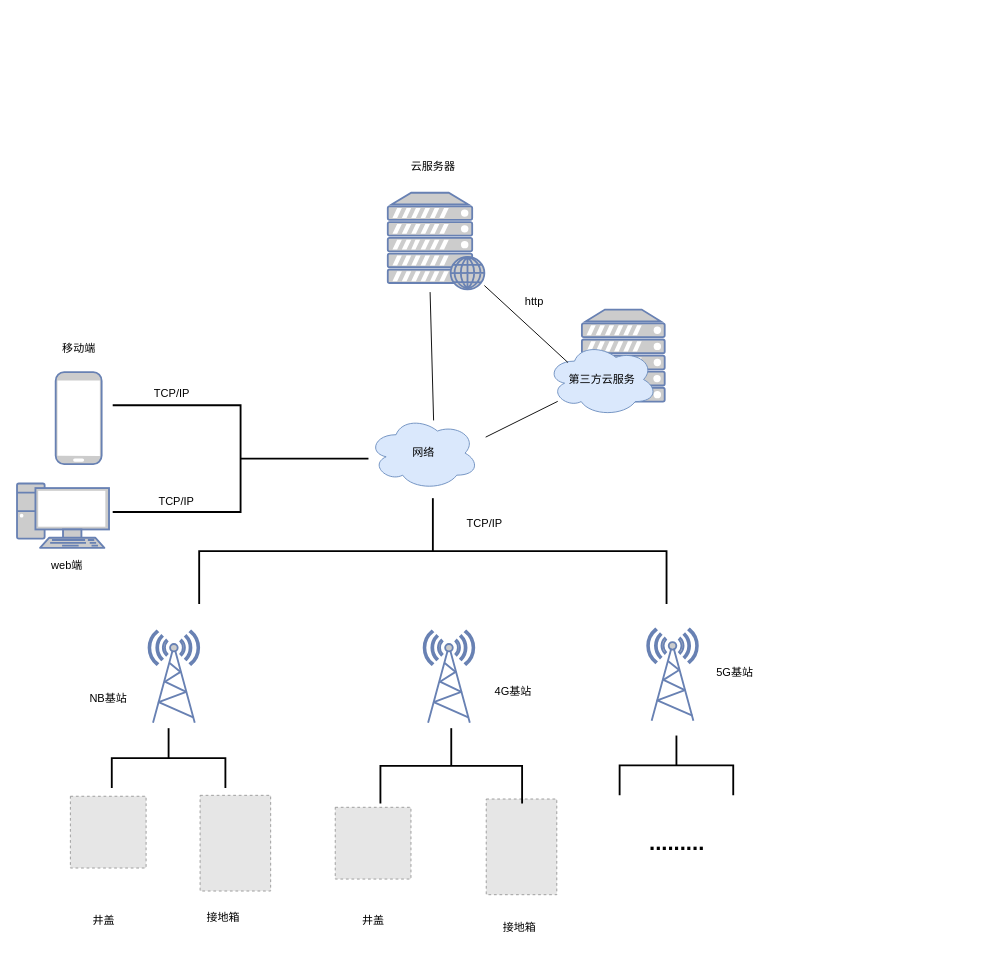
Above: page "拓扑图" (2 of 4) of 模块.drawio in viking-wj/software (draw.io), before the change. Source tidied: cells renumbered, new cells numbered last; positions are measured from the earlier drawing's top-left corner, leaving out a move shared by most shapes. Both pictures are drawn from the tidied source at 92%, with x=0, y=0 at pixel (17, 155). Pictures stored in the file or linked from it are replaced by grey dashed boxes.
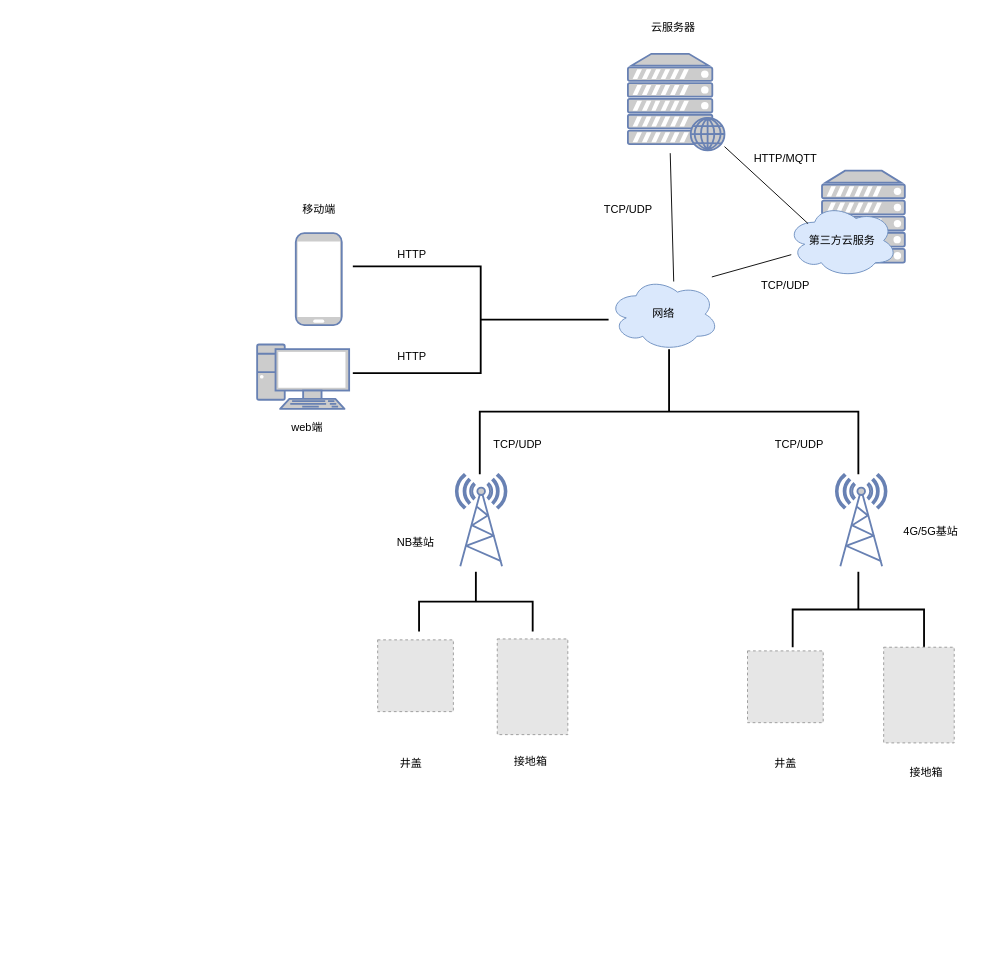
The same diagram, later.

The edit, as a diff of the source:
```diff
@@
+    <mxCell id="29" style="strokeWidth=2;html=1;shape=mxgraph.flowchart.annotation_2;align=left;labelPosition=right;direction=south;" parent="1" vertex="1">
+      <mxGeometry x="503" y="211" width="411.5" height="136" as="geometry" />
+    </mxCell>
     <mxCell id="2" style="fillColor=#E6E6E6;strokeColor=#999999;dashed=1;verticalLabelPosition=bottom;labelBackgroundColor=default;verticalAlign=top;" parent="1" vertex="1">
-      <mxGeometry x="58" y="697" width="82.3" height="78" as="geometry" />
+      <mxGeometry x="392" y="527" width="82.3" height="78" as="geometry" />
     </mxCell>
     <mxCell id="3" style="fillColor=#E6E6E6;strokeColor=#999999;dashed=1;verticalLabelPosition=bottom;labelBackgroundColor=default;verticalAlign=top;" parent="1" vertex="1">
-      <mxGeometry x="199" y="696" width="76.7" height="104" as="geometry" />
+      <mxGeometry x="522" y="526" width="76.7" height="104" as="geometry" />
     </mxCell>
     <mxCell id="4" style="fillColor=#E6E6E6;strokeColor=#999999;dashed=1;verticalLabelPosition=bottom;labelBackgroundColor=default;verticalAlign=top;" parent="1" vertex="1">
-      <mxGeometry x="345.9" y="709" width="82.3" height="78" as="geometry" />
+      <mxGeometry x="794" y="539" width="82.3" height="78" as="geometry" />
     </mxCell>
-    <mxCell id="5" style="fillColor=#E6E6E6;strokeColor=#999999;dashed=1;verticalLabelPosition=bottom;labelBackgroundColor=default;verticalAlign=top;" parent="1" vertex="1">
-      <mxGeometry x="510" y="700" width="76.7" height="104" as="geometry" />
-    </mxCell>
     <mxCell id="6" value="网络" style="ellipse;shape=cloud;whiteSpace=wrap;html=1;fillColor=#dae8fc;strokeColor=#6c8ebf;" parent="1" vertex="1">
-      <mxGeometry x="382" y="284" width="120" height="80" as="geometry" />
+      <mxGeometry x="643" y="133" width="120" height="80" as="geometry" />
     </mxCell>
     <mxCell id="7" style="fontColor=#0066CC;verticalAlign=top;verticalLabelPosition=bottom;labelPosition=center;align=center;html=1;outlineConnect=0;fillColor=#CCCCCC;strokeColor=#6881B3;gradientColor=none;gradientDirection=north;strokeWidth=2;shape=mxgraph.networks.web_server;" parent="1" vertex="1">
-      <mxGeometry x="403" y="41" width="105" height="105" as="geometry" />
+      <mxGeometry x="664" y="-110" width="105" height="105" as="geometry" />
     </mxCell>
     <mxCell id="8" style="fontColor=#0066CC;verticalAlign=top;verticalLabelPosition=bottom;labelPosition=center;align=center;html=1;fillColor=#CCCCCC;strokeColor=#6881B3;gradientColor=none;gradientDirection=north;strokeWidth=2;shape=mxgraph.networks.pc;" parent="1" vertex="1">
-      <mxGeometry y="357" width="100" height="70" as="geometry" />
+      <mxGeometry x="261" y="206" width="100" height="70" as="geometry" />
     </mxCell>
     <mxCell id="9" style="fontColor=#0066CC;verticalAlign=top;verticalLabelPosition=bottom;labelPosition=center;align=center;html=1;fillColor=#CCCCCC;strokeColor=#6881B3;gradientColor=none;gradientDirection=north;strokeWidth=2;shape=mxgraph.networks.mobile;" parent="1" vertex="1">
-      <mxGeometry x="42" y="236" width="50" height="100" as="geometry" />
+      <mxGeometry x="303" y="85" width="50" height="100" as="geometry" />
     </mxCell>
     <mxCell id="10" value="NB基站" style="text;html=1;align=center;verticalAlign=middle;strokeColor=none;fillColor=none;" parent="1" vertex="1">
-      <mxGeometry x="69.7" y="578" width="59" height="26" as="geometry" />
+      <mxGeometry x="403.6" y="408" width="59" height="26" as="geometry" />
     </mxCell>
-    <mxCell id="11" value="4G基站" style="text;html=1;align=center;verticalAlign=middle;strokeColor=none;fillColor=none;" parent="1" vertex="1">
-      <mxGeometry x="510" y="570" width="58" height="26" as="geometry" />
+    <mxCell id="11" value="4G/5G基站" style="text;html=1;align=center;verticalAlign=middle;strokeColor=none;fillColor=none;" parent="1" vertex="1">
+      <mxGeometry x="954" y="397" width="77" height="26" as="geometry" />
     </mxCell>
     <mxCell id="12" value="井盖" style="text;html=1;align=center;verticalAlign=middle;strokeColor=none;fillColor=none;" parent="1" vertex="1">
-      <mxGeometry x="73" y="819" width="42" height="26" as="geometry" />
+      <mxGeometry x="407" y="649" width="42" height="26" as="geometry" />
     </mxCell>
     <mxCell id="13" value="接地箱" style="text;html=1;align=center;verticalAlign=middle;strokeColor=none;fillColor=none;" parent="1" vertex="1">
-      <mxGeometry x="197" y="816" width="54" height="26" as="geometry" />
+      <mxGeometry x="531" y="646" width="54" height="26" as="geometry" />
     </mxCell>
     <mxCell id="14" value="井盖" style="text;html=1;align=center;verticalAlign=middle;strokeColor=none;fillColor=none;" parent="1" vertex="1">
-      <mxGeometry x="366" y="819" width="42" height="26" as="geometry" />
+      <mxGeometry x="814.1" y="649" width="42" height="26" as="geometry" />
     </mxCell>
     <mxCell id="15" value="接地箱" style="text;html=1;align=center;verticalAlign=middle;strokeColor=none;fillColor=none;" parent="1" vertex="1">
-      <mxGeometry x="519" y="827" width="54" height="26" as="geometry" />
+      <mxGeometry x="960.6" y="658" width="54" height="26" as="geometry" />
     </mxCell>
     <mxCell id="16" value="云服务器" style="text;html=1;align=center;verticalAlign=middle;strokeColor=none;fillColor=none;" parent="1" vertex="1">
-      <mxGeometry x="419" width="66" height="26" as="geometry" />
+      <mxGeometry x="680" y="-151" width="66" height="26" as="geometry" />
     </mxCell>
     <mxCell id="17" value="web端" style="text;html=1;align=center;verticalAlign=middle;strokeColor=none;fillColor=none;" parent="1" vertex="1">
-      <mxGeometry x="28" y="434" width="52" height="26" as="geometry" />
+      <mxGeometry x="289" y="283" width="52" height="26" as="geometry" />
     </mxCell>
     <mxCell id="18" value="移动端" style="text;html=1;align=center;verticalAlign=middle;strokeColor=none;fillColor=none;" parent="1" vertex="1">
-      <mxGeometry x="40" y="198" width="54" height="26" as="geometry" />
+      <mxGeometry x="301" y="47" width="54" height="26" as="geometry" />
     </mxCell>
     <mxCell id="19" style="fontColor=#0066CC;verticalAlign=top;verticalLabelPosition=bottom;labelPosition=center;align=center;html=1;fillColor=#CCCCCC;strokeColor=#6881B3;gradientColor=none;gradientDirection=north;strokeWidth=2;shape=mxgraph.networks.radio_tower;" parent="1" vertex="1">
-      <mxGeometry x="143" y="517" width="55" height="100" as="geometry" />
+      <mxGeometry x="477" y="347" width="55" height="100" as="geometry" />
     </mxCell>
     <mxCell id="20" style="fontColor=#0066CC;verticalAlign=top;verticalLabelPosition=bottom;labelPosition=center;align=center;html=1;fillColor=#CCCCCC;strokeColor=#6881B3;gradientColor=none;gradientDirection=north;strokeWidth=2;shape=mxgraph.networks.radio_tower;" parent="1" vertex="1">
-      <mxGeometry x="442" y="517" width="55" height="100" as="geometry" />
+      <mxGeometry x="890.1" y="347" width="55" height="100" as="geometry" />
     </mxCell>
-    <mxCell id="21" value="http" style="text;html=1;align=center;verticalAlign=middle;strokeColor=none;fillColor=none;" parent="1" vertex="1">
-      <mxGeometry x="543" y="146" width="38" height="26" as="geometry" />
+    <mxCell id="21" value="HTTP/MQTT" style="text;html=1;align=center;verticalAlign=middle;strokeColor=none;fillColor=none;" parent="1" vertex="1">
+      <mxGeometry x="791.6" y="-9" width="87" height="26" as="geometry" />
     </mxCell>
     <mxCell id="22" style="fontColor=#0066CC;verticalAlign=top;verticalLabelPosition=bottom;labelPosition=center;align=center;html=1;fillColor=#CCCCCC;strokeColor=#6881B3;gradientColor=none;gradientDirection=north;strokeWidth=2;shape=mxgraph.networks.server;" parent="1" vertex="1">
-      <mxGeometry x="614" y="168" width="90" height="100" as="geometry" />
+      <mxGeometry x="875" y="17" width="90" height="100" as="geometry" />
     </mxCell>
     <mxCell id="23" value="第三方云服务" style="ellipse;shape=cloud;whiteSpace=wrap;html=1;fillColor=#dae8fc;strokeColor=#6c8ebf;" parent="1" vertex="1">
-      <mxGeometry x="576" y="204" width="120" height="80" as="geometry" />
+      <mxGeometry x="837" y="53" width="120" height="80" as="geometry" />
     </mxCell>
-    <mxCell id="24" value="TCP/IP" style="text;html=1;align=center;verticalAlign=middle;strokeColor=none;fillColor=none;" parent="1" vertex="1">
-      <mxGeometry x="139" y="246" width="57" height="26" as="geometry" />
+    <mxCell id="24" value="HTTP" style="text;html=1;align=center;verticalAlign=middle;strokeColor=none;fillColor=none;" parent="1" vertex="1">
+      <mxGeometry x="404" y="95" width="49" height="26" as="geometry" />
     </mxCell>
-    <mxCell id="25" value="TCP/IP" style="text;html=1;align=center;verticalAlign=middle;strokeColor=none;fillColor=none;" parent="1" vertex="1">
-      <mxGeometry x="144" y="364" width="57" height="26" as="geometry" />
-    </mxCell>
     <mxCell id="26" style="strokeWidth=2;html=1;shape=mxgraph.flowchart.annotation_2;align=left;labelPosition=right;flipV=1;flipH=1;" parent="1" vertex="1">
-      <mxGeometry x="104" y="272" width="278" height="116" as="geometry" />
+      <mxGeometry x="365" y="121" width="278" height="116" as="geometry" />
     </mxCell>
     <mxCell id="27" style="strokeWidth=2;html=1;shape=mxgraph.flowchart.annotation_2;align=left;labelPosition=right;flipH=0;flipV=0;direction=south;" parent="1" vertex="1">
-      <mxGeometry x="103" y="623" width="123.5" height="65" as="geometry" />
+      <mxGeometry x="437" y="453" width="123.5" height="65" as="geometry" />
     </mxCell>
+    <mxCell id="30" value="TCP/UDP" style="text;html=1;align=center;verticalAlign=middle;strokeColor=none;fillColor=none;" parent="1" vertex="1">
+      <mxGeometry x="508" y="302" width="71" height="26" as="geometry" />
+    </mxCell>
     <mxCell id="28" style="strokeWidth=2;html=1;shape=mxgraph.flowchart.annotation_2;align=left;labelPosition=right;direction=south;" parent="1" vertex="1">
-      <mxGeometry x="395" y="623" width="154" height="82" as="geometry" />
+      <mxGeometry x="843.1" y="453" width="142.8" height="82" as="geometry" />
     </mxCell>
-    <mxCell id="29" style="strokeWidth=2;html=1;shape=mxgraph.flowchart.annotation_2;align=left;labelPosition=right;direction=south;" parent="1" vertex="1">
-      <mxGeometry x="198" y="373" width="508" height="115" as="geometry" />
-    </mxCell>
-    <mxCell id="30" value="TCP/IP" style="text;html=1;align=center;verticalAlign=middle;strokeColor=none;fillColor=none;" parent="1" vertex="1">
-      <mxGeometry x="479.6" y="388" width="57" height="26" as="geometry" />
-    </mxCell>
@@
     <mxCell id="33" style="endArrow=none;html=1;rounded=0;exitX=-0.813;exitY=0.484;exitDx=0;exitDy=0;exitPerimeter=0;" parent="1" edge="1">
       <mxGeometry relative="1" as="geometry">
-        <mxPoint x="452.8" y="288.5" as="sourcePoint" />
-        <mxPoint x="449" y="149" as="targetPoint" />
+        <mxPoint x="713.8" y="137.5" as="sourcePoint" />
+        <mxPoint x="710" y="-2" as="targetPoint" />
       </mxGeometry>
     </mxCell>
-    <mxCell id="34" style="fontColor=#0066CC;verticalAlign=top;verticalLabelPosition=bottom;labelPosition=center;align=center;html=1;fillColor=#CCCCCC;strokeColor=#6881B3;gradientColor=none;gradientDirection=north;strokeWidth=2;shape=mxgraph.networks.radio_tower;" parent="1" vertex="1">
-      <mxGeometry x="685" y="515" width="55" height="100" as="geometry" />
-    </mxCell>
-    <mxCell id="35" value="5G基站" style="text;html=1;align=center;verticalAlign=middle;strokeColor=none;fillColor=none;" parent="1" vertex="1">
-      <mxGeometry x="751" y="550" width="58" height="26" as="geometry" />
-    </mxCell>
-    <mxCell id="36" style="strokeWidth=2;html=1;shape=mxgraph.flowchart.annotation_2;align=left;labelPosition=right;flipH=0;flipV=0;direction=south;" parent="1" vertex="1">
-      <mxGeometry x="655" y="631" width="123.5" height="65" as="geometry" />
-    </mxCell>
-    <mxCell id="37" value="&lt;b&gt;.........&lt;/b&gt;" style="text;html=1;align=center;verticalAlign=middle;strokeColor=none;fillColor=none;fontSize=24;" parent="1" vertex="1">
-      <mxGeometry x="677.8" y="727.5" width="78" height="41" as="geometry" />
-    </mxCell>
+    <mxCell id="38" value="HTTP" style="text;html=1;align=center;verticalAlign=middle;strokeColor=none;fillColor=none;" parent="1" vertex="1">
+      <mxGeometry x="404" y="206" width="49" height="26" as="geometry" />
+    </mxCell>
+    <mxCell id="5" style="fillColor=#E6E6E6;strokeColor=#999999;dashed=1;verticalLabelPosition=bottom;labelBackgroundColor=default;verticalAlign=top;" parent="1" vertex="1">
+      <mxGeometry x="942" y="535" width="76.7" height="104" as="geometry" />
+    </mxCell>
+    <mxCell id="39" value="TCP/UDP" style="text;html=1;align=center;verticalAlign=middle;strokeColor=none;fillColor=none;" parent="1" vertex="1">
+      <mxGeometry x="814.1" y="302" width="71" height="26" as="geometry" />
+    </mxCell>
+    <mxCell id="40" value="TCP/UDP" style="text;html=1;align=center;verticalAlign=middle;strokeColor=none;fillColor=none;" parent="1" vertex="1">
+      <mxGeometry x="799.6" y="129" width="71" height="26" as="geometry" />
+    </mxCell>
+    <mxCell id="41" value="TCP/UDP" style="text;html=1;align=center;verticalAlign=middle;strokeColor=none;fillColor=none;" parent="1" vertex="1">
+      <mxGeometry x="628" y="47" width="71" height="26" as="geometry" />
+    </mxCell>
```
